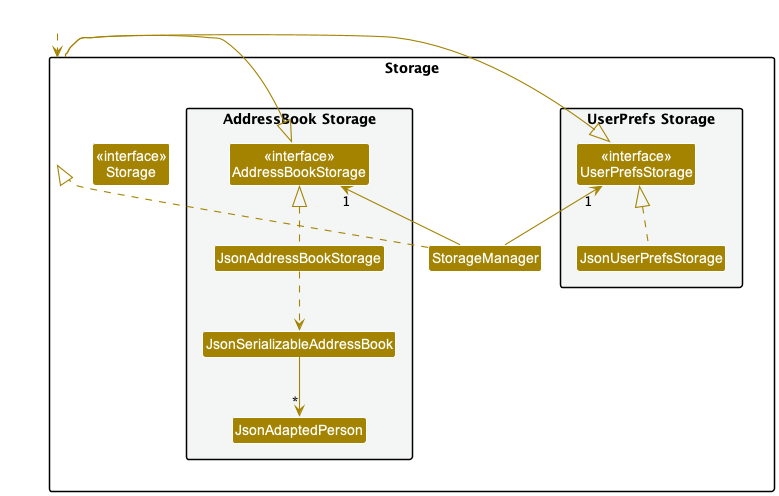
Earlier version of the PlantUML export docs/images/StorageClassDiagram.png (nus-cs2103-AY2223S2/tp).
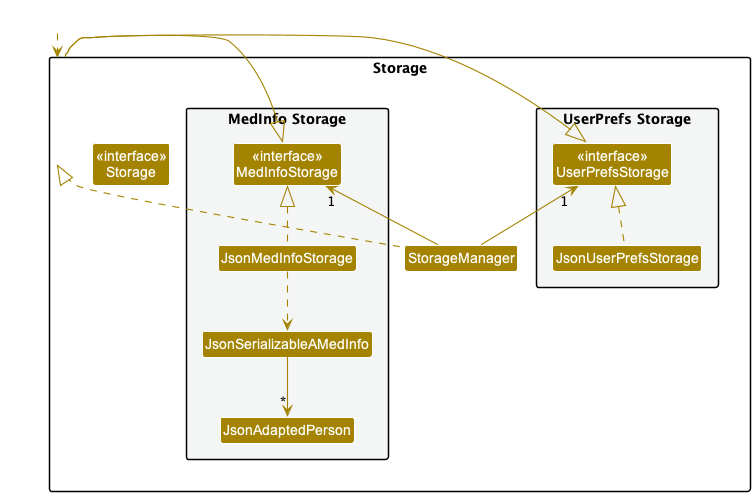
After the change.

What changed in the source:
```diff
@@ -14,10 +14,10 @@
 Class "<<interface>>\nStorage" as Storage
 Class StorageManager
 
-package "AddressBook Storage" #F4F6F6{
-Class "<<interface>>\nAddressBookStorage" as AddressBookStorage
-Class JsonAddressBookStorage
-Class JsonSerializableAddressBook
+package "MedInfo Storage" #F4F6F6{
+Class "<<interface>>\nMedInfoStorage" as MedInfoStorage
+Class JsonMedInfoStorage
+Class JsonSerializableAMedInfo
 Class JsonAdaptedPerson
 }
 
@@ -28,14 +28,14 @@
 
 StorageManager .up.|> Storage
 StorageManager -up-> "1" UserPrefsStorage
-StorageManager -up-> "1" AddressBookStorage
+StorageManager -up-> "1" MedInfoStorage
 
 Storage -left-|> UserPrefsStorage
-Storage -right-|> AddressBookStorage
+Storage -right-|> MedInfoStorage
 
 JsonUserPrefsStorage .up.|> UserPrefsStorage
-JsonAddressBookStorage .up.|> AddressBookStorage
-JsonAddressBookStorage ..> JsonSerializableAddressBook
-JsonSerializableAddressBook --> "*" JsonAdaptedPerson
+JsonMedInfoStorage .up.|> MedInfoStorage
+JsonMedInfoStorage ..> JsonSerializableAMedInfo
+JsonSerializableAMedInfo --> "*" JsonAdaptedPerson
 
 @enduml
```
